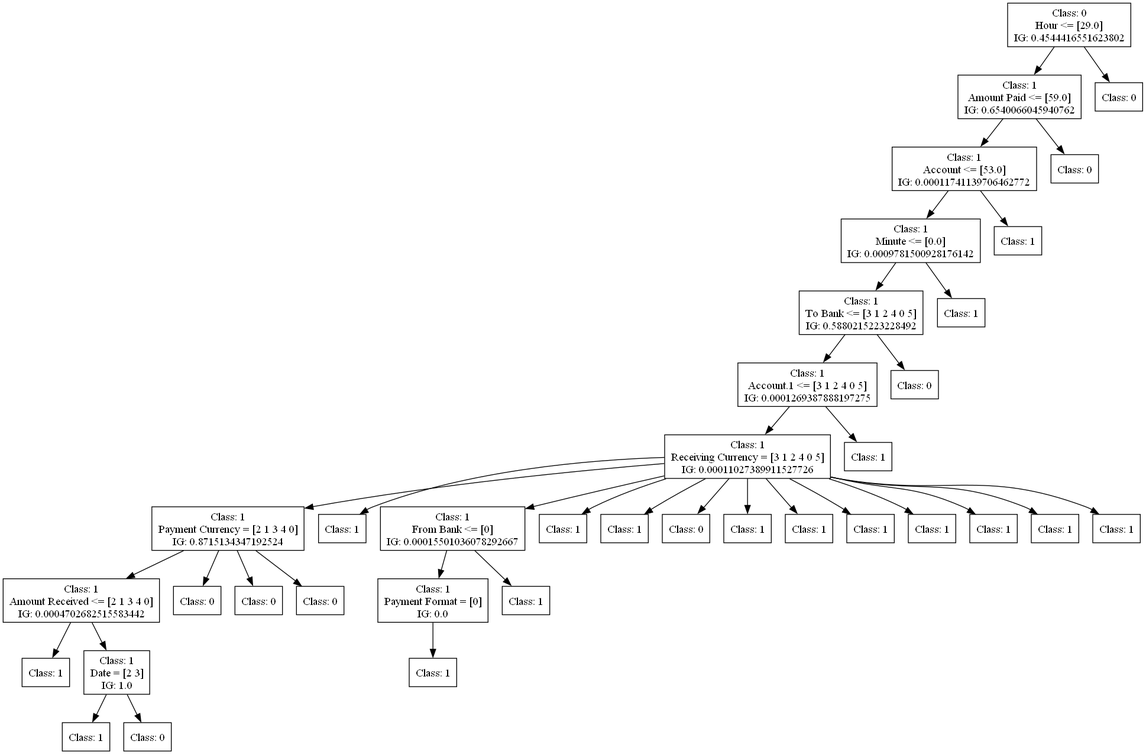
The Graphviz diagram dot_figs/tree-c45-oversampling.png in FedericoBruzzone/anti-money-laundering, before a commit. Its source is kept beside it as dot_figs/tree-c45-oversampling.dot.
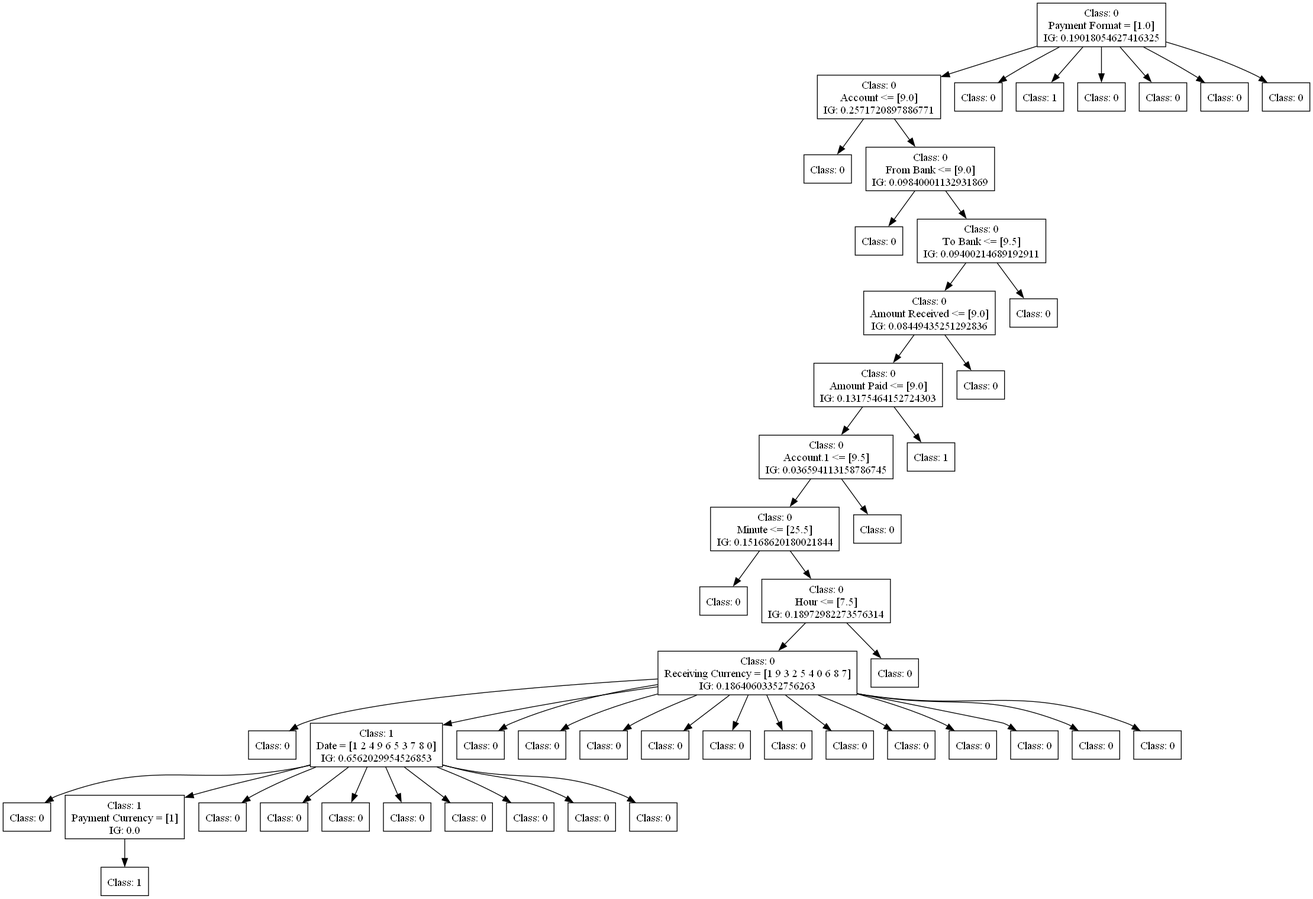
The same diagram one commit later.

Change to the diagram source:
```diff
@@ -1,126 +1,162 @@
 digraph DecisionTree {
 	rankdir=TD;
 	node [shape=box];
-	1584933799008 [label="Class: 0
-Hour <= [29.0]
-IG: 0.4544416551623802"];
-	1585249491920 [label="Class: 1
-Amount Paid <= [59.0]
-IG: 0.6540066045940762"];
-	1584933799008 -> 1585249491920;
-	1585249490480 [label="Class: 1
-Account <= [53.0]
-IG: 0.00011741139706462772"];
-	1585249491920 -> 1585249490480;
-	1585249500512 [label="Class: 1
-Minute <= [0.0]
-IG: 0.0009781500928176142"];
-	1585249490480 -> 1585249500512;
-	1585507883168 [label="Class: 1
-To Bank <= [3 1 2 4 0 5]
-IG: 0.5880215223228492"];
-	1585249500512 -> 1585507883168;
-	1585507889744 [label="Class: 1
-Account.1 <= [3 1 2 4 0 5]
-IG: 0.0001269387888197275"];
-	1585507883168 -> 1585507889744;
-	1585440017280 [label="Class: 1
-Receiving Currency = [3 1 2 4 0 5]
-IG: 0.00011027389911527726"];
-	1585507889744 -> 1585440017280;
-	1585440023232 [label="Class: 1
-Payment Currency = [2 1 3 4 0]
-IG: 0.8715134347192524"];
-	1585440017280 -> 1585440023232;
-	1585440028416 [label="Class: 1
-Amount Received <= [2 1 3 4 0]
-IG: 0.0004702682515583442"];
-	1585440023232 -> 1585440028416;
-	1585440030288 [label="Class: 1
+	2509728684288 [label="Class: 0
+Payment Format = [1.0]
+IG: 0.19018054627416325"];
+	2509728693360 [label="Class: 0
+Account <= [9.0]
+IG: 0.2571720897886771"];
+	2509728684288 -> 2509728693360;
+	2509728693648 [label="Class: 0
 "];
-	1585440028416 -> 1585440030288;
-	1585440030384 [label="Class: 1
-Date = [2 3]
-IG: 1.0"];
-	1585440028416 -> 1585440030384;
-	1585440029088 [label="Class: 1
+	2509728693360 -> 2509728693648;
+	2509728694128 [label="Class: 0
+From Bank <= [9.0]
+IG: 0.09840001132931869"];
+	2509728693360 -> 2509728694128;
+	2509728693888 [label="Class: 0
 "];
-	1585440030384 -> 1585440029088;
-	1585440028608 [label="Class: 0
+	2509728694128 -> 2509728693888;
+	2509728692976 [label="Class: 0
+To Bank <= [9.5]
+IG: 0.09400214689192911"];
+	2509728694128 -> 2509728692976;
+	2509728693984 [label="Class: 0
+Amount Received <= [9.0]
+IG: 0.08449435251292836"];
+	2509728692976 -> 2509728693984;
+	2509728690048 [label="Class: 0
+Amount Paid <= [9.0]
+IG: 0.13175464152724303"];
+	2509728693984 -> 2509728690048;
+	2509728691488 [label="Class: 0
+Account.1 <= [9.5]
+IG: 0.036594113158786745"];
+	2509728690048 -> 2509728691488;
+	2509728690576 [label="Class: 0
+Minute <= [25.5]
+IG: 0.15168620180021844"];
+	2509728691488 -> 2509728690576;
+	2509728690192 [label="Class: 0
 "];
-	1585440030384 -> 1585440028608;
-	1585440028320 [label="Class: 0
+	2509728690576 -> 2509728690192;
+	2509728681984 [label="Class: 0
+Hour <= [7.5]
+IG: 0.18972982273576314"];
+	2509728690576 -> 2509728681984;
+	2509728692256 [label="Class: 0
+Receiving Currency = [1 9 3 2 5 4 0 6 8 7]
+IG: 0.18640603352756263"];
+	2509728681984 -> 2509728692256;
+	2509728694176 [label="Class: 0
 "];
-	1585440023232 -> 1585440028320;
-	1585440024864 [label="Class: 0
+	2509728692256 -> 2509728694176;
+	2509728693600 [label="Class: 1
+Date = [1 2 4 9 6 5 3 7 8 0]
+IG: 0.6562029954526853"];
+	2509728692256 -> 2509728693600;
+	2509728692592 [label="Class: 0
 "];
-	1585440023232 -> 1585440024864;
-	1585440027840 [label="Class: 0
+	2509728693600 -> 2509728692592;
+	2509728693504 [label="Class: 1
+Payment Currency = [1]
+IG: 0.0"];
+	2509728693600 -> 2509728693504;
+	2512083536288 [label="Class: 1
 "];
-	1585440023232 -> 1585440027840;
-	1585440023904 [label="Class: 1
+	2509728693504 -> 2512083536288;
+	2509728690288 [label="Class: 0
 "];
-	1585440017280 -> 1585440023904;
-	1585440021696 [label="Class: 1
-From Bank <= [0]
-IG: 0.00015501036078292667"];
-	1585440017280 -> 1585440021696;
-	1585432479968 [label="Class: 1
-Payment Format = [0]
-IG: 0.0"];
-	1585440021696 -> 1585432479968;
-	1585432480688 [label="Class: 1
+	2509728693600 -> 2509728690288;
+	2512083534944 [label="Class: 0
 "];
-	1585432479968 -> 1585432480688;
-	1585432480400 [label="Class: 1
+	2509728693600 -> 2512083534944;
+	2512083535184 [label="Class: 0
 "];
-	1585440021696 -> 1585432480400;
-	1585440023424 [label="Class: 1
+	2509728693600 -> 2512083535184;
+	2512083535328 [label="Class: 0
 "];
-	1585440017280 -> 1585440023424;
-	1585440022752 [label="Class: 1
+	2509728693600 -> 2512083535328;
+	2512083535568 [label="Class: 0
 "];
-	1585440017280 -> 1585440022752;
-	1585440022992 [label="Class: 0
+	2509728693600 -> 2512083535568;
+	2512083534512 [label="Class: 0
 "];
-	1585440017280 -> 1585440022992;
-	1585440023136 [label="Class: 1
+	2509728693600 -> 2512083534512;
+	2512083534224 [label="Class: 0
 "];
-	1585440017280 -> 1585440023136;
-	1585440023616 [label="Class: 1
+	2509728693600 -> 2512083534224;
+	2512083533888 [label="Class: 0
 "];
-	1585440017280 -> 1585440023616;
-	1585440023568 [label="Class: 1
+	2509728693600 -> 2512083533888;
+	2509728693216 [label="Class: 0
 "];
-	1585440017280 -> 1585440023568;
-	1585440024048 [label="Class: 1
+	2509728692256 -> 2509728693216;
+	2509728689904 [label="Class: 0
 "];
-	1585440017280 -> 1585440024048;
-	1585440024192 [label="Class: 1
+	2509728692256 -> 2509728689904;
+	2509728688704 [label="Class: 0
 "];
-	1585440017280 -> 1585440024192;
-	1585440024336 [label="Class: 1
+	2509728692256 -> 2509728688704;
+	2509728693792 [label="Class: 0
 "];
-	1585440017280 -> 1585440024336;
-	1585440024480 [label="Class: 1
+	2509728692256 -> 2509728693792;
+	2509728692544 [label="Class: 0
 "];
-	1585440017280 -> 1585440024480;
-	1585440017712 [label="Class: 1
+	2509728692256 -> 2509728692544;
+	2509728681120 [label="Class: 0
 "];
-	1585507889744 -> 1585440017712;
-	1585507890176 [label="Class: 0
+	2509728692256 -> 2509728681120;
+	2512083534032 [label="Class: 0
 "];
-	1585507883168 -> 1585507890176;
-	1585507883600 [label="Class: 1
+	2509728692256 -> 2512083534032;
+	2512083534848 [label="Class: 0
 "];
-	1585249500512 -> 1585507883600;
-	1585249500944 [label="Class: 1
+	2509728692256 -> 2512083534848;
+	2512083534272 [label="Class: 0
 "];
-	1585249490480 -> 1585249500944;
-	1585249485920 [label="Class: 0
+	2509728692256 -> 2512083534272;
+	2512083535232 [label="Class: 0
 "];
-	1585249491920 -> 1585249485920;
-	1585249493648 [label="Class: 0
+	2509728692256 -> 2512083535232;
+	2512083535040 [label="Class: 0
 "];
-	1584933799008 -> 1585249493648;
+	2509728692256 -> 2512083535040;
+	2512083534080 [label="Class: 0
+"];
+	2509728692256 -> 2512083534080;
+	2509728685824 [label="Class: 0
+"];
+	2509728681984 -> 2509728685824;
+	2509728693744 [label="Class: 0
+"];
+	2509728691488 -> 2509728693744;
+	2509728688512 [label="Class: 1
+"];
+	2509728690048 -> 2509728688512;
+	2509728691680 [label="Class: 0
+"];
+	2509728693984 -> 2509728691680;
+	2509728691152 [label="Class: 0
+"];
+	2509728692976 -> 2509728691152;
+	2509728693696 [label="Class: 0
+"];
+	2509728684288 -> 2509728693696;
+	2509728692400 [label="Class: 1
+"];
+	2509728684288 -> 2509728692400;
+	2509728693120 [label="Class: 0
+"];
+	2509728684288 -> 2509728693120;
+	2509728693168 [label="Class: 0
+"];
+	2509728684288 -> 2509728693168;
+	2509728692928 [label="Class: 0
+"];
+	2509728684288 -> 2509728692928;
+	2509728692448 [label="Class: 0
+"];
+	2509728684288 -> 2509728692448;
 }
```
